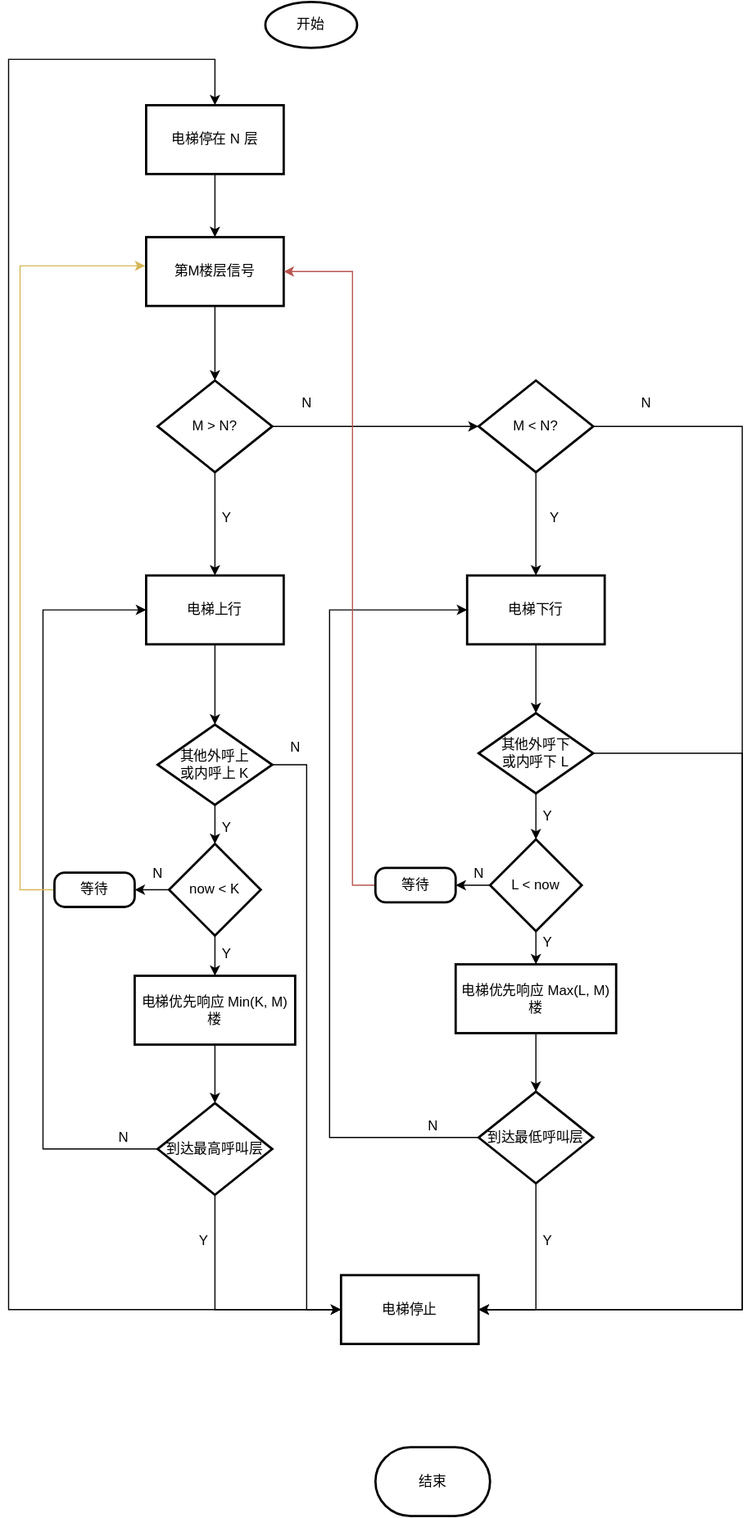
Above: Draw.io/PLC控制四层电梯程序流程图.drawio.svg in InoryLwc/ConfigRepo (draw.io), before the change. Source tidied: cells renumbered, new cells last; positions are measured from the earlier drawing's top-left corner, leaving out a move shared by most shapes.
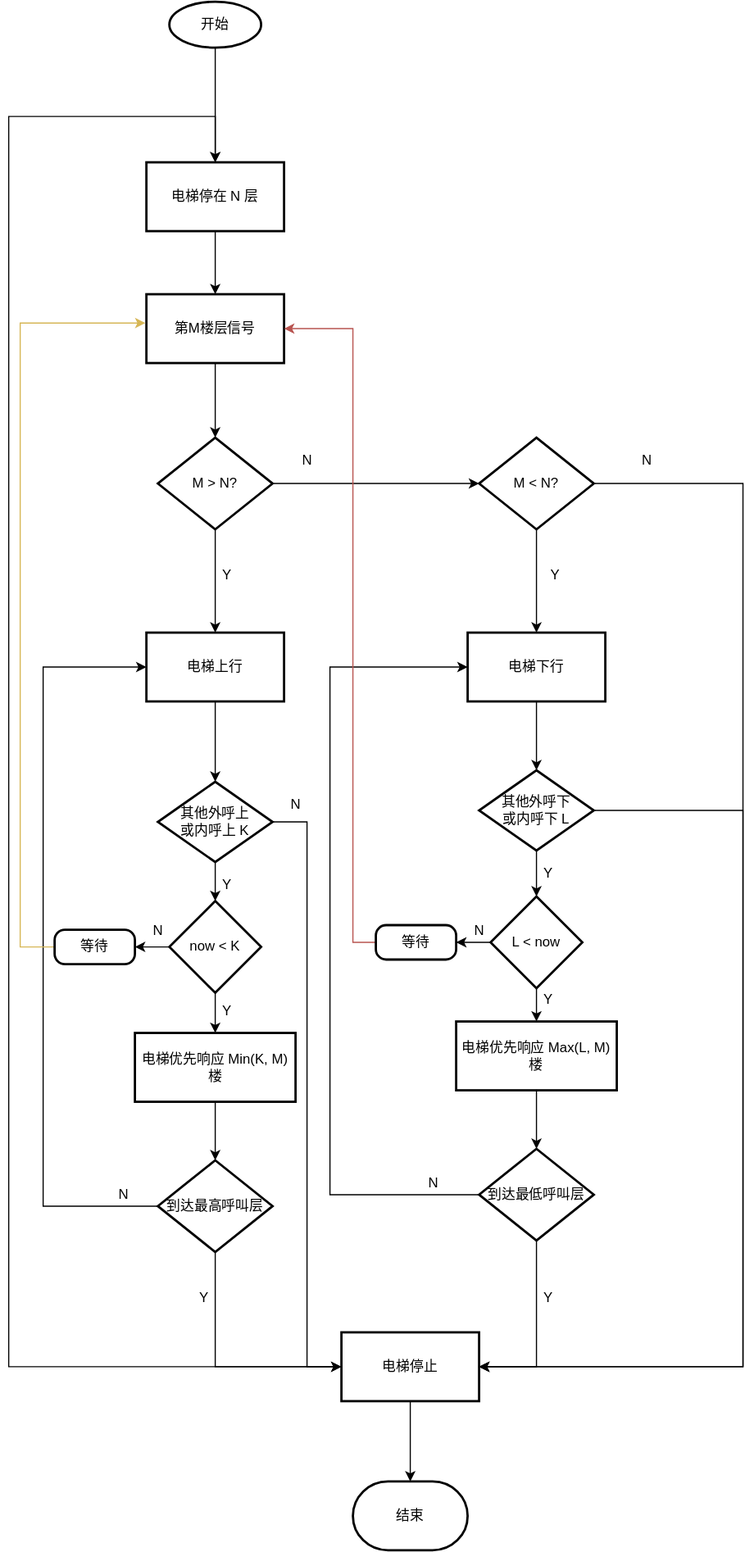
After the commit.

Commit message:
更新PLC控制四层电梯程序流程图.drawio.svg

The edit, as a diff of the source:
```diff
@@ -2,8 +2,11 @@
   <root>
     <mxCell id="0" />
     <mxCell id="1" parent="0" />
+    <mxCell id="61" style="edgeStyle=orthogonalEdgeStyle;rounded=0;jettySize=auto;html=1;exitX=0.5;exitY=1;exitDx=0;exitDy=0;exitPerimeter=0;entryX=0.5;entryY=0;entryDx=0;entryDy=0;" parent="1" edge="1" source="2" target="38">
+      <mxGeometry relative="1" as="geometry" />
+    </mxCell>
     <mxCell id="2" value="开始" style="strokeWidth=2;html=1;shape=mxgraph.flowchart.start_1;whiteSpace=wrap;" parent="1" vertex="1">
-      <mxGeometry x="224" width="80" height="40" as="geometry" />
+      <mxGeometry x="140" y="-50" width="80" height="40" as="geometry" />
     </mxCell>
     <mxCell id="3" style="edgeStyle=orthogonalEdgeStyle;rounded=0;jettySize=auto;html=1;exitX=0.5;exitY=1;exitDx=0;exitDy=0;entryX=0.5;entryY=0;entryDx=0;entryDy=0;" parent="1" edge="1" source="38" target="5">
       <mxGeometry relative="1" as="geometry" />
@@ -76,7 +79,7 @@
       <mxGeometry x="130" y="630" width="100" height="70" as="geometry" />
     </mxCell>
     <mxCell id="23" value="结束" style="strokeWidth=2;html=1;shape=mxgraph.flowchart.terminator;whiteSpace=wrap;" parent="1" vertex="1">
-      <mxGeometry x="320" y="1260" width="100" height="60" as="geometry" />
+      <mxGeometry x="300" y="1240" width="100" height="60" as="geometry" />
     </mxCell>
     <mxCell id="24" style="edgeStyle=orthogonalEdgeStyle;rounded=0;jettySize=auto;html=1;" parent="1" edge="1" source="26" target="28">
       <mxGeometry relative="1" as="geometry" />
@@ -120,6 +123,9 @@
         </Array>
       </mxGeometry>
     </mxCell>
+    <mxCell id="62" style="edgeStyle=orthogonalEdgeStyle;rounded=0;jettySize=auto;html=1;exitX=0.5;exitY=1;exitDx=0;exitDy=0;entryX=0.5;entryY=0;entryDx=0;entryDy=0;entryPerimeter=0;" parent="1" edge="1" source="33" target="23">
+      <mxGeometry relative="1" as="geometry" />
+    </mxCell>
     <mxCell id="33" value="电梯停止" style="whiteSpace=wrap;html=1;rounded=1;strokeWidth=2;arcSize=0;" parent="1" vertex="1">
       <mxGeometry x="290" y="1110" width="120" height="60" as="geometry" />
     </mxCell>
```
